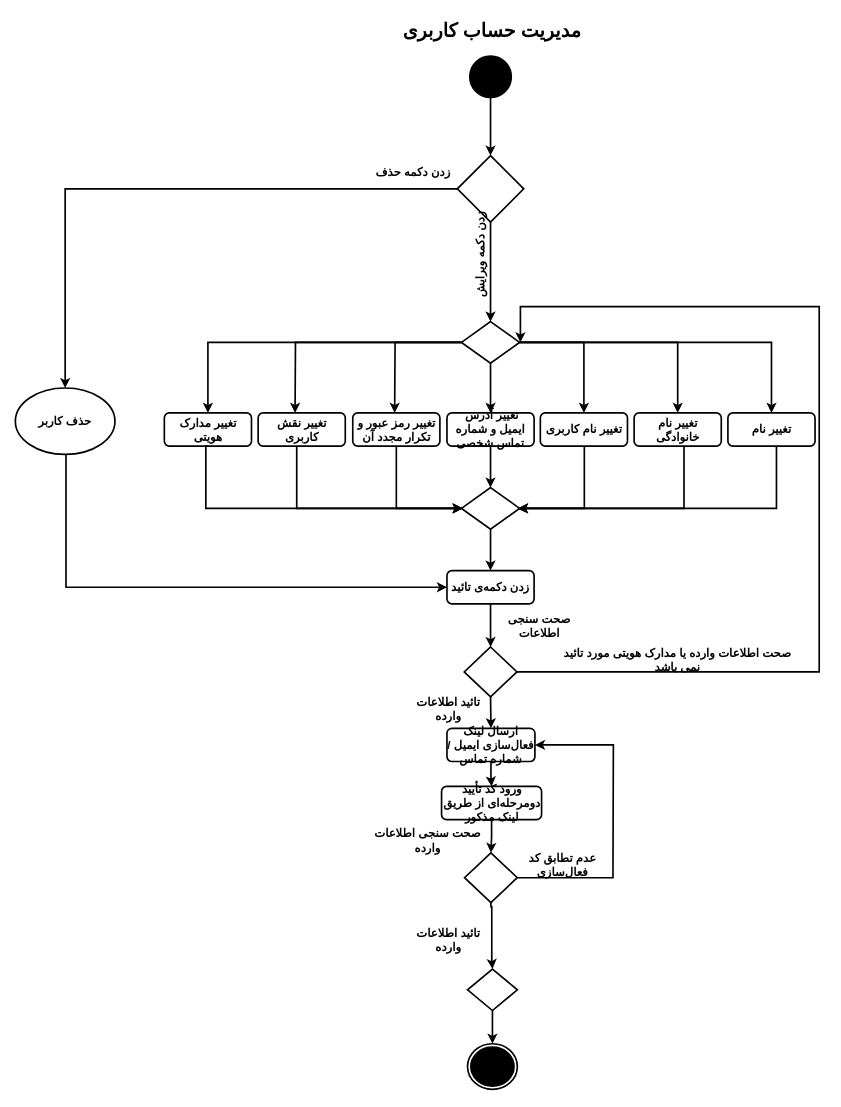
This is page "ProfileManagement" (24 of 24) of ActivityDiagram/MiddleWare_CarBaMaActivityDiagram.drawio from MelvinMo/CarBaMa_Automotive-Sale-Application, a draw.io file, before an edit. Source tidied: cells renumbered, new cells numbered last; positions are measured from the earlier drawing's top-left corner, leaving out a move shared by most shapes. Both pictures are drawn from the tidied source at 83%, with x=0, y=0 at pixel (15, 14).
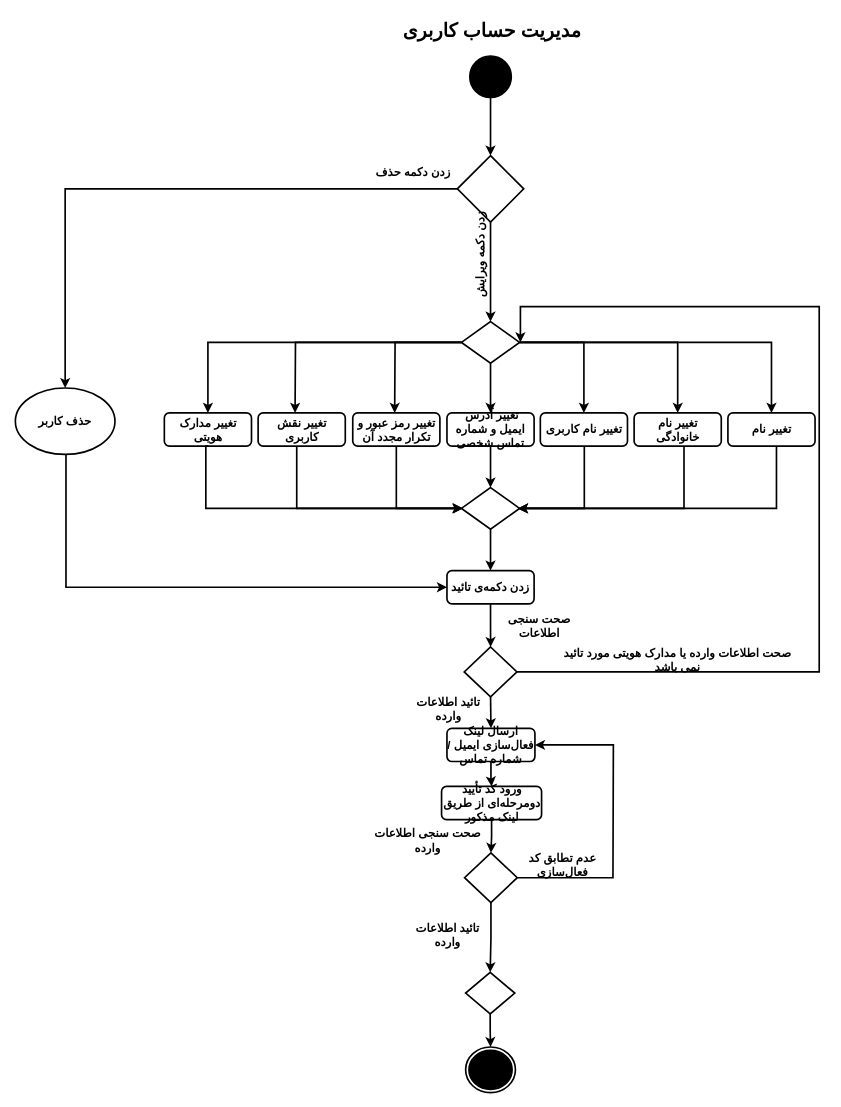
The same page after the edit.

Commit message (it also covers changes not shown here):
edit activity diagram 2

Unchanged cells that the change refers to:
```xml
<mxCell id="49" style="strokeWidth=2;html=1;shape=mxgraph.flowchart.decision;whiteSpace=wrap;" parent="1" vertex="1">
  <mxGeometry x="541.2" y="1010" width="63.5" height="60" as="geometry" />
</mxCell>
```

Change to the diagram source:
```diff
@@
     <mxCell id="4" style="ellipse;html=1;shape=endState;fillColor=#000000;strokeColor=#000000;strokeWidth=2;" parent="1" vertex="1">
-      <mxGeometry x="544.8" y="1240" width="60" height="55" as="geometry" />
+      <mxGeometry x="542.5" y="1244" width="60" height="55" as="geometry" />
     </mxCell>
@@
-    <mxCell id="9" style="edgeStyle=orthogonalEdgeStyle;rounded=0;jettySize=auto;html=1;strokeWidth=2;exitX=0.5;exitY=1;exitDx=0;exitDy=0;entryX=0.5;entryY=0;entryDx=0;entryDy=0;exitPerimeter=0;" parent="1" edge="1" source="49" target="12">
-      <mxGeometry x="0.13" y="-4" relative="1" as="geometry">
-        <Array as="points">
-          <mxPoint x="573" y="1075" />
-          <mxPoint x="574" y="1075" />
-          <mxPoint x="574" y="1139" />
-        </Array>
-      </mxGeometry>
-    </mxCell>
@@
     <mxCell id="12" style="rhombus;whiteSpace=wrap;html=1;strokeWidth=2;" parent="1" vertex="1">
-      <mxGeometry x="544.8" y="1150" width="60" height="50" as="geometry" />
+      <mxGeometry x="542.5" y="1154" width="59.2" height="50" as="geometry" />
     </mxCell>
@@
+    <mxCell id="9" style="edgeStyle=orthogonalEdgeStyle;rounded=0;jettySize=auto;html=1;strokeWidth=2;" parent="1" edge="1" source="49" target="12">
+      <mxGeometry relative="1" as="geometry" />
+    </mxCell>
@@
     <mxCell id="55" value="&lt;span style=&quot;font-size: 14px;&quot;&gt;&lt;b&gt;تائید اطلاعات وارده&lt;/b&gt;&lt;/span&gt;" style="text;html=1;strokeColor=none;fillColor=none;align=center;verticalAlign=middle;whiteSpace=wrap;rounded=0;labelBackgroundColor=none;" parent="1" vertex="1">
-      <mxGeometry x="470.5" y="1100" width="102" height="30" as="geometry" />
+      <mxGeometry x="470" y="1094" width="102" height="30" as="geometry" />
     </mxCell>
```
